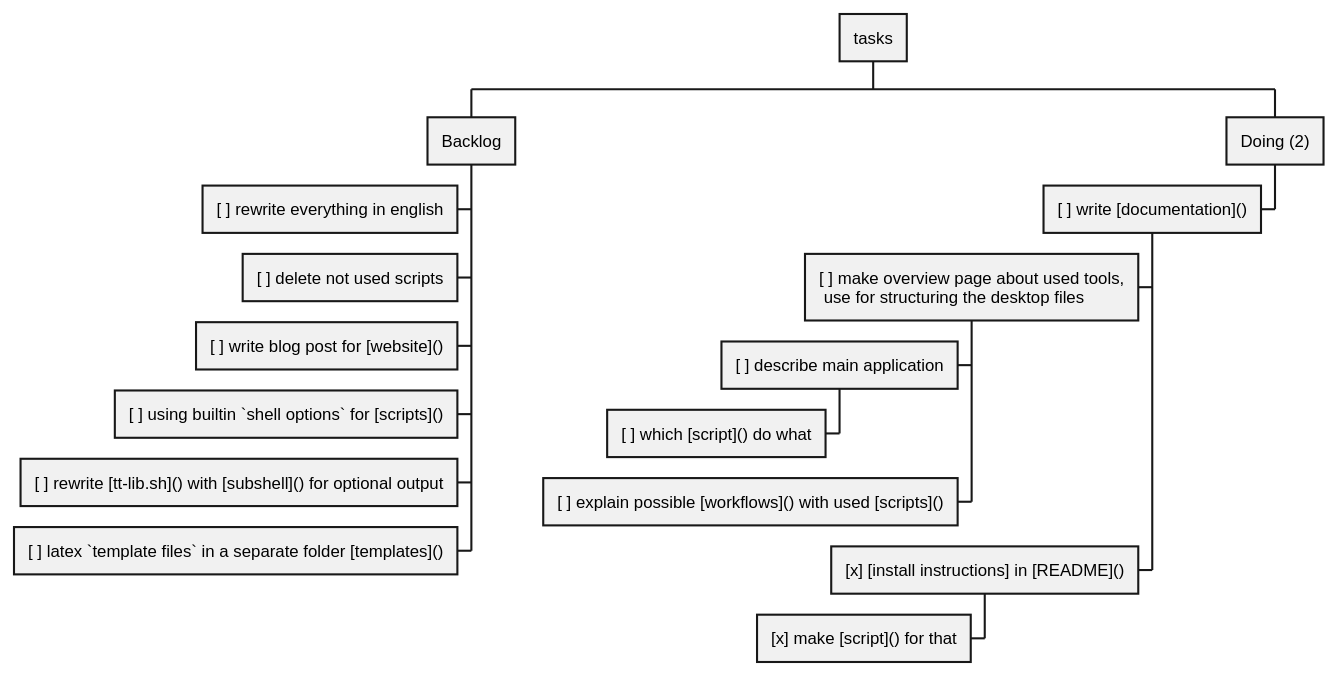
This is CHANGELOG-JOURNAL/kanboard.svg from christiang7/ToText, a PlantUML export, as it was before one commit.
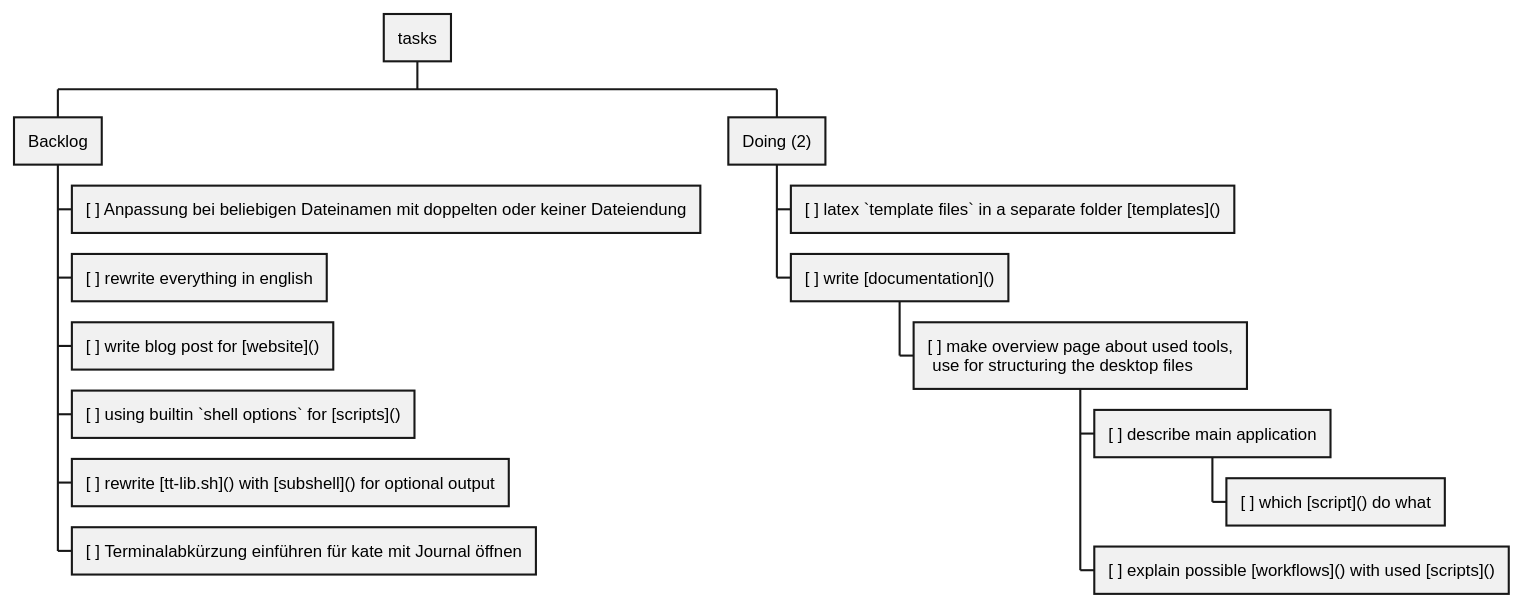
After the commit.

The edit, as a diff of the source:
```diff
@@ -1,18 +1,17 @@
 @startwbs
 + tasks
  + Backlog
-  - [ ] rewrite everything in english
-  - [ ] delete not used scripts
-  - [ ] write blog post for [website]()
-  - [ ] using builtin `shell options` for [scripts]()
-  - [ ] rewrite [tt-lib.sh]() with [subshell]() for optional output
-  - [ ] latex `template files` in a separate folder [templates]()
+  + [ ] Anpassung bei beliebigen Dateinamen mit doppelten oder keiner Dateiendung
+  + [ ] rewrite everything in english
+  + [ ] write blog post for [website]()
+  + [ ] using builtin `shell options` for [scripts]()
+  + [ ] rewrite [tt-lib.sh]() with [subshell]() for optional output
+  + [ ] Terminalabkürzung einführen für kate mit Journal öffnen
  + Doing (2)
-  - [ ] write [documentation]()
-   - [ ] make overview page about used tools,\n use for structuring the desktop files
-    - [ ] describe main application
-     - [ ] which [script]() do what
-    - [ ] explain possible [workflows]() with used [scripts]()
-   - [x] [install instructions] in [README]()
-    - [x] make [script]() for that
+  + [ ] latex `template files` in a separate folder [templates]()
+  + [ ] write [documentation]()
+   + [ ] make overview page about used tools,\n use for structuring the desktop files
+    + [ ] describe main application
+     + [ ] which [script]() do what
+    + [ ] explain possible [workflows]() with used [scripts]()
 @endwbs
```
